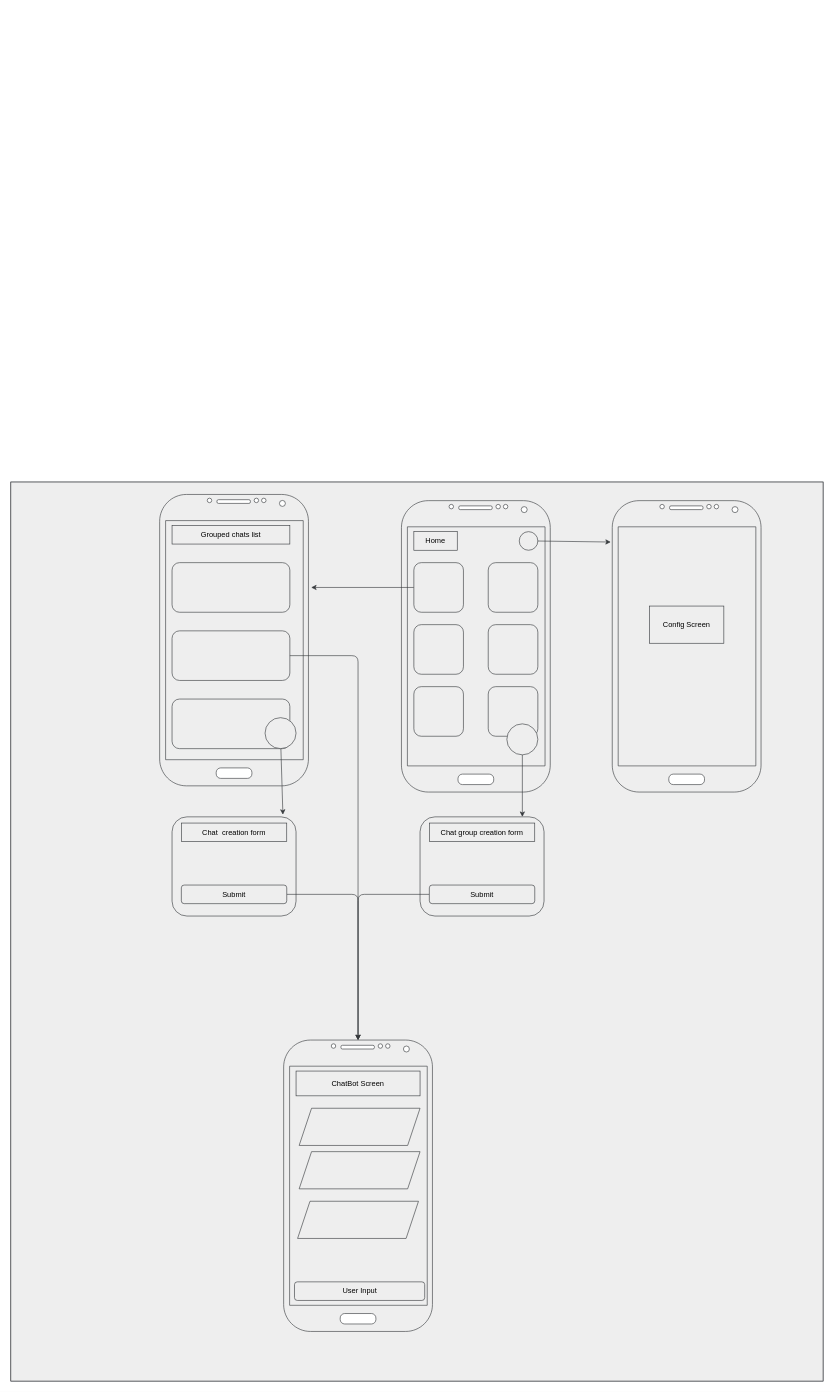
Earlier version of the draw.io diagram documentation/feature_graphic.dio (pabrcno/topics). Source tidied: cells renumbered, new cells numbered last; positions are measured from the earlier drawing's top-left corner, leaving out a move shared by most shapes. Both pictures are drawn from the tidied source at 62%, with x=0, y=0 at pixel (11, 482).
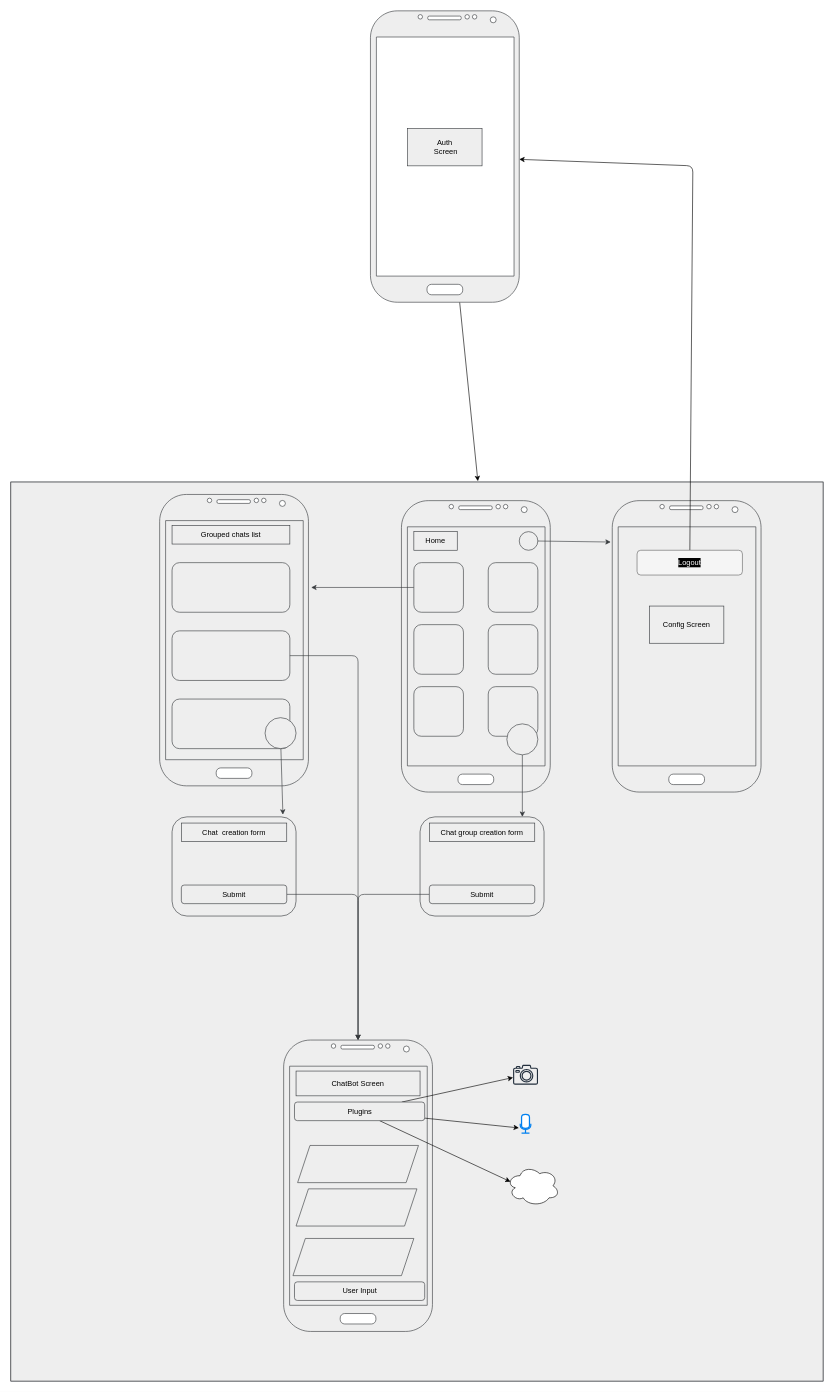
The same page after the edit.

Unchanged cells that the change refers to:
```xml
<mxCell id="2" style="group;fillColor=#eeeeee;strokeColor=#36393d;fontColor=#000000;" parent="1" vertex="1">
  <mxGeometry width="1310" height="1450" as="geometry" />
</mxCell>
<mxCell id="3" style="rounded=0;whiteSpace=wrap;html=1;fillColor=#eeeeee;strokeColor=#36393d;fontColor=#000000;" parent="2" vertex="1">
  <mxGeometry width="1310" height="1450" as="geometry" />
</mxCell>
```

What changed in the source:
```diff
@@
     <mxCell id="37" style="shape=parallelogram;perimeter=parallelogramPerimeter;whiteSpace=wrap;html=1;fixedSize=1;fillColor=#eeeeee;strokeColor=#36393d;fontColor=#000000;" parent="2" vertex="1">
-      <mxGeometry x="465" y="1010" width="195" height="60" as="geometry" />
+      <mxGeometry x="462.5" y="1070" width="195" height="60" as="geometry" />
     </mxCell>
     <mxCell id="38" style="shape=parallelogram;perimeter=parallelogramPerimeter;whiteSpace=wrap;html=1;fixedSize=1;fillColor=#eeeeee;strokeColor=#36393d;fontColor=#000000;" parent="2" vertex="1">
-      <mxGeometry x="465" y="1080" width="195" height="60" as="geometry" />
+      <mxGeometry x="460" y="1140" width="195" height="60" as="geometry" />
     </mxCell>
     <mxCell id="39" style="shape=parallelogram;perimeter=parallelogramPerimeter;whiteSpace=wrap;html=1;fixedSize=1;fillColor=#eeeeee;strokeColor=#36393d;fontColor=#000000;" parent="2" vertex="1">
-      <mxGeometry x="462.5" y="1160" width="195" height="60" as="geometry" />
+      <mxGeometry x="455" y="1220" width="195" height="60" as="geometry" />
     </mxCell>
@@
+    <mxCell id="41" style="edgeStyle=none;html=1;fontColor=#000000;" parent="2" edge="1" source="44" target="45">
+      <mxGeometry relative="1" as="geometry" />
+    </mxCell>
+    <mxCell id="42" style="edgeStyle=none;html=1;entryX=-0.125;entryY=0.725;entryDx=0;entryDy=0;entryPerimeter=0;fontColor=#000000;" parent="2" edge="1" source="44" target="46">
+      <mxGeometry relative="1" as="geometry" />
+    </mxCell>
+    <mxCell id="43" style="edgeStyle=none;html=1;entryX=0.07;entryY=0.4;entryDx=0;entryDy=0;entryPerimeter=0;fontColor=#000000;" parent="2" edge="1" source="44" target="47">
+      <mxGeometry relative="1" as="geometry" />
+    </mxCell>
+    <mxCell id="44" value="Plugins" style="rounded=1;whiteSpace=wrap;html=1;fillColor=#eeeeee;strokeColor=#36393d;fontColor=#000000;" parent="2" vertex="1">
+      <mxGeometry x="457.5" y="1000" width="210" height="30" as="geometry" />
+    </mxCell>
+    <mxCell id="45" style="sketch=0;outlineConnect=0;fontColor=#232F3E;gradientColor=none;fillColor=#232F3D;strokeColor=none;dashed=0;verticalLabelPosition=bottom;verticalAlign=top;align=center;html=1;fontSize=12;fontStyle=0;shape=mxgraph.aws4.camera2;" parent="2" vertex="1">
+      <mxGeometry x="810" y="940" width="40.3" height="32" as="geometry" />
+    </mxCell>
+    <mxCell id="46" style="html=1;verticalLabelPosition=bottom;align=center;labelBackgroundColor=#000000;verticalAlign=top;strokeWidth=2;strokeColor=#0080F0;shadow=0;dashed=0;shape=mxgraph.ios7.icons.microphone;fontColor=#000000;" parent="2" vertex="1">
+      <mxGeometry x="821.6" y="1020" width="17" height="30" as="geometry" />
+    </mxCell>
+    <mxCell id="47" style="ellipse;shape=cloud;whiteSpace=wrap;html=1;labelBackgroundColor=#000000;fontColor=#000000;" parent="2" vertex="1">
+      <mxGeometry x="800" y="1102.5" width="85" height="65" as="geometry" />
+    </mxCell>
+    <mxCell id="48" style="edgeStyle=none;html=1;entryX=0.575;entryY=-0.001;entryDx=0;entryDy=0;entryPerimeter=0;fontColor=#000000;" parent="1" edge="1" source="49" target="3">
+      <mxGeometry relative="1" as="geometry" />
+    </mxCell>
+    <mxCell id="49" style="verticalLabelPosition=bottom;verticalAlign=top;html=1;shadow=0;dashed=0;strokeWidth=1;shape=mxgraph.android.phone2;strokeColor=#36393d;fillColor=#eeeeee;fontColor=#000000;" parent="1" vertex="1">
+      <mxGeometry x="580" y="-760" width="240" height="470" as="geometry" />
+    </mxCell>
+    <mxCell id="50" value="Auth&lt;br&gt;&amp;nbsp;Screen" style="rounded=0;whiteSpace=wrap;html=1;fillColor=#eeeeee;strokeColor=#36393d;fontColor=#000000;" parent="1" vertex="1">
+      <mxGeometry x="640" y="-570" width="120" height="60" as="geometry" />
+    </mxCell>
+    <mxCell id="51" style="edgeStyle=none;html=1;fontColor=#FFFFFF;" parent="1" edge="1" source="52" target="49">
+      <mxGeometry relative="1" as="geometry">
+        <Array as="points">
+          <mxPoint x="1100" y="-510" />
+        </Array>
+      </mxGeometry>
+    </mxCell>
+    <mxCell id="52" value="&lt;font color=&quot;#ffffff&quot;&gt;Logout&lt;/font&gt;" style="rounded=1;whiteSpace=wrap;html=1;labelBackgroundColor=#000000;fontColor=#333333;fillColor=#f5f5f5;strokeColor=#666666;" parent="1" vertex="1">
+      <mxGeometry x="1010" y="110" width="170" height="40" as="geometry" />
+    </mxCell>
```
